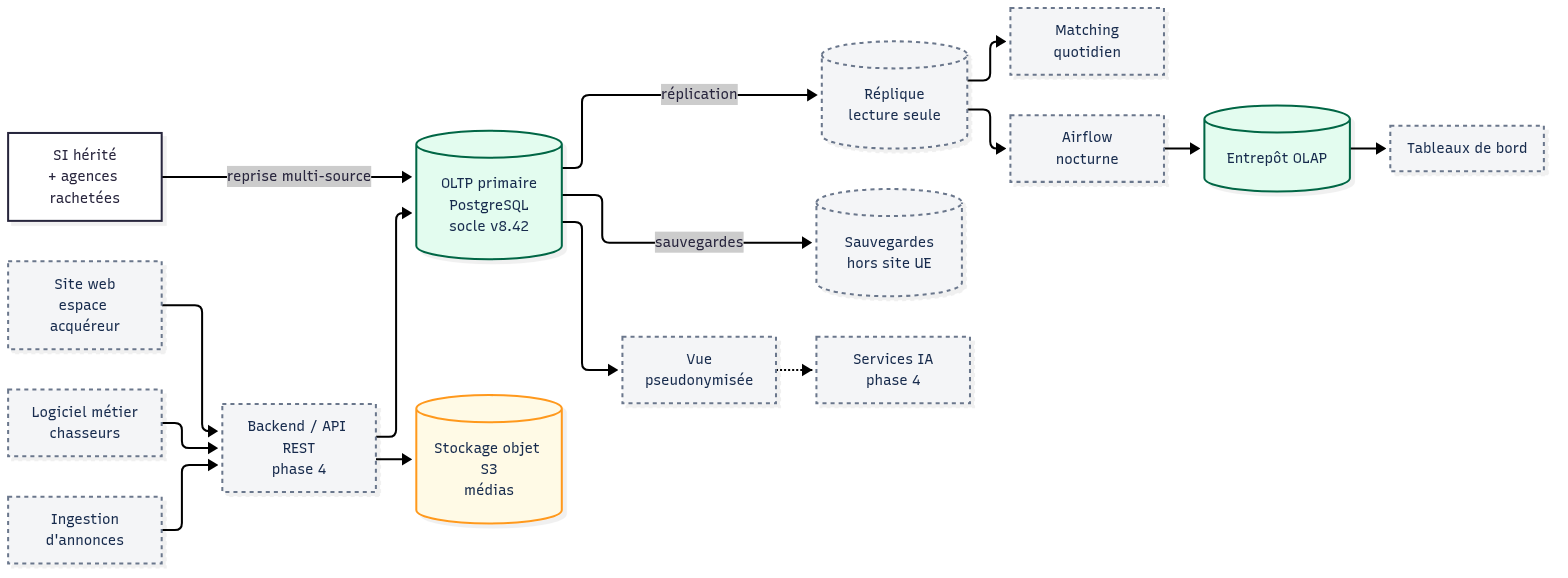
Above: livrables/documentation/architecture/schema-composants.png in Fil-Rouge-Big-Data/Fil-Rouge-EISI-Data-IA-26-D04-StarterPack (Mermaid), before the change. Its source is kept beside it as livrables/documentation/architecture/schema-composants.mmd.
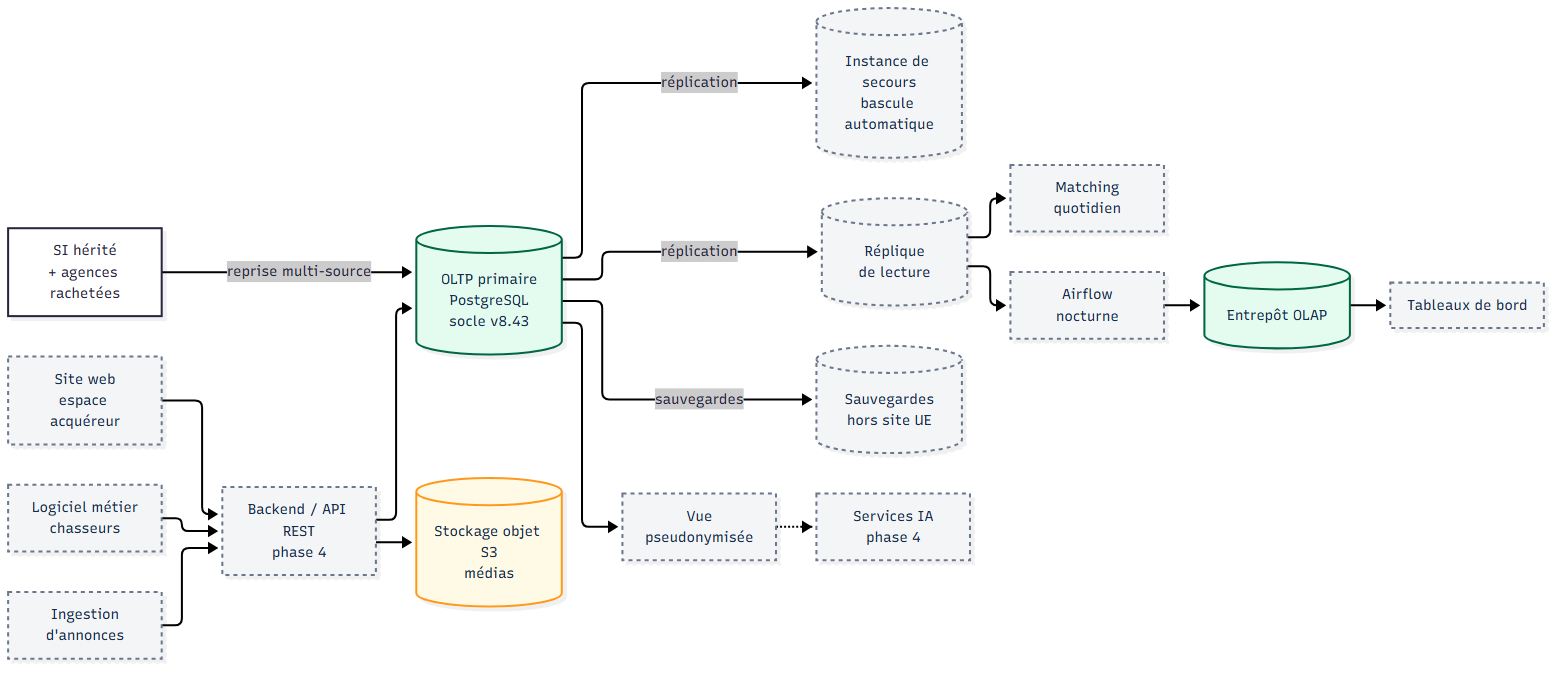
Above is the later version.

Commit message:
docs: revue d'Angeline sur la PR #17 (points B, D, E, F) - étude v3.3, dossier d'architecture v1.2

What changed in the source:
```diff
@@ -3,9 +3,10 @@
     W["Site web<br/>espace acquéreur"] --> API
     L["Logiciel métier<br/>chasseurs"] --> API
     ING["Ingestion<br/>d'annonces"] --> API
-    API["Backend / API REST<br/>phase 4"] --> P[("OLTP primaire<br/>PostgreSQL<br/>socle v8.42")]
+    API["Backend / API REST<br/>phase 4"] --> P[("OLTP primaire<br/>PostgreSQL<br/>socle v8.43")]
     API --> OBJ[("Stockage objet S3<br/>médias")]
-    P -- "réplication" --> R[("Réplique<br/>lecture seule")]
+    P -- "réplication" --> SEC[("Instance de secours<br/>bascule automatique")]
+    P -- "réplication" --> R[("Réplique<br/>de lecture")]
     P -- "sauvegardes" --> B[("Sauvegardes<br/>hors site UE")]
     R --> MATCH["Matching<br/>quotidien"]
     R --> AF["Airflow<br/>nocturne"]
@@ -17,4 +18,4 @@
     classDef cible fill:#F4F5F7,stroke:#6B778C,color:#172b4d,stroke-dasharray:4 4
     class P,DW fait
     class OBJ maquette
-    class API,R,B,MATCH,AF,BI,V,IA,W,L,ING cible
+    class API,SEC,R,B,MATCH,AF,BI,V,IA,W,L,ING cible
```
